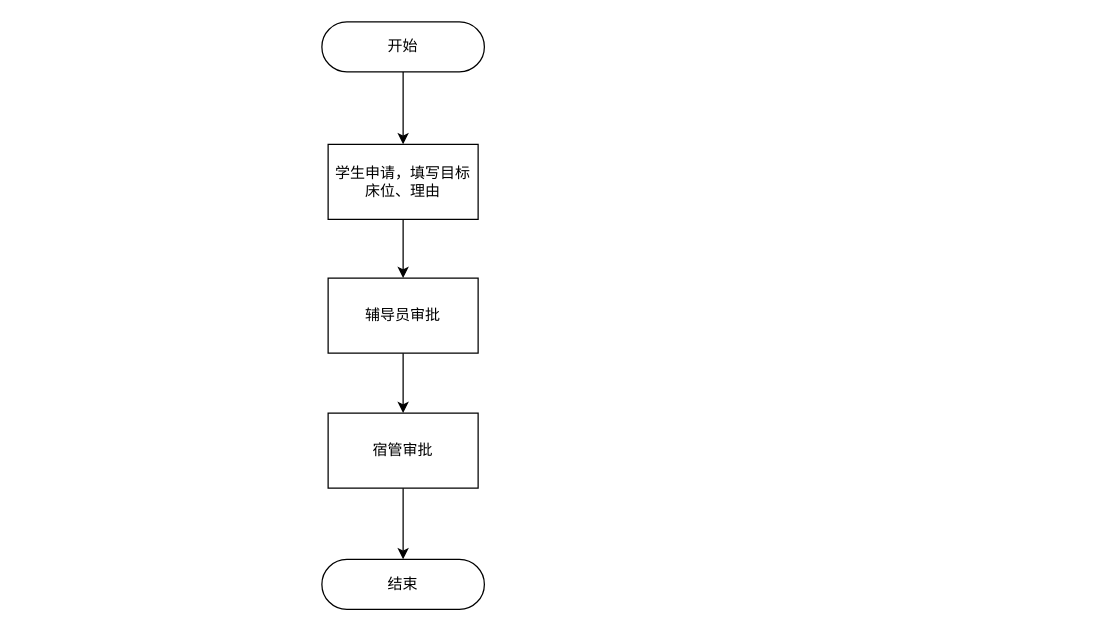
The draw.io diagram 调退宿舍流程图.drawio in Qiksy/drawio, before the edit. Source tidied: cells renumbered, new cells numbered last; positions are measured from the earlier drawing's top-left corner, leaving out a move shared by most shapes. Both pictures are drawn from the tidied source at 125%, with x=0, y=0 at pixel (321, 21).
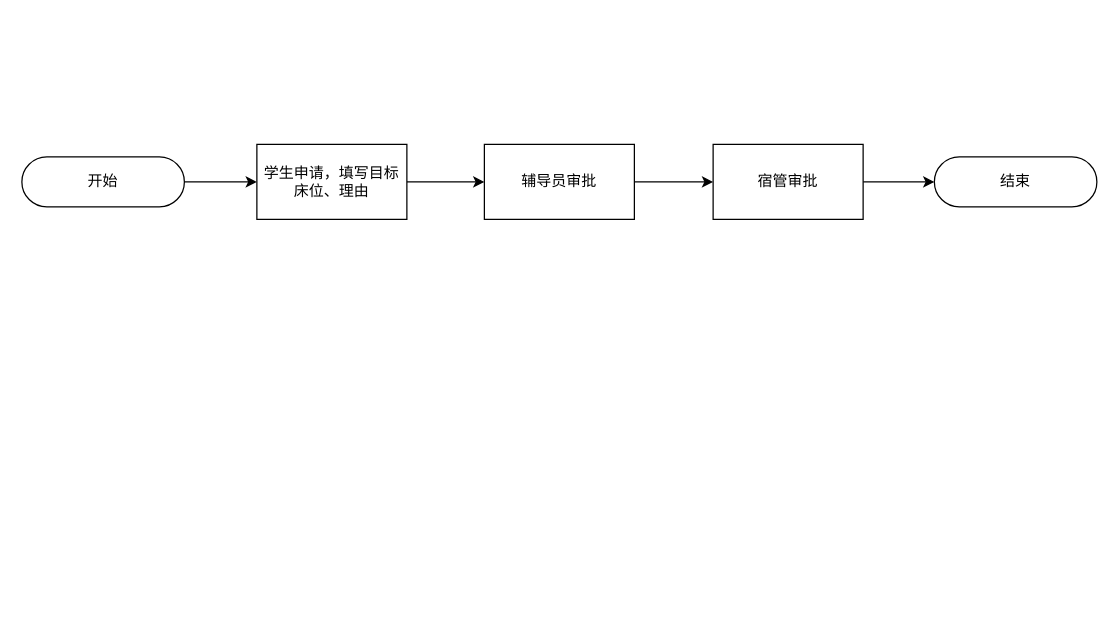
The same diagram, later.

Commit message:
更新调退宿舍流程图.drawio

The edit, as a diff of the source:
```diff
@@
 <mxGraphModel>
   <root>
     <mxCell id="0" />
     <mxCell id="1" parent="0" />
     <mxCell id="2" style="edgeStyle=orthogonalEdgeStyle;rounded=0;jettySize=auto;html=1;" parent="1" edge="1" source="3" target="5">
       <mxGeometry relative="1" as="geometry" />
     </mxCell>
     <mxCell id="3" value="开始" style="rounded=1;whiteSpace=wrap;html=1;arcSize=50;" parent="1" vertex="1">
-      <mxGeometry width="130" height="40" as="geometry" />
+      <mxGeometry x="-240" y="108" width="130" height="40" as="geometry" />
     </mxCell>
     <mxCell id="4" style="edgeStyle=orthogonalEdgeStyle;rounded=0;jettySize=auto;html=1;" parent="1" edge="1" source="5" target="7">
       <mxGeometry relative="1" as="geometry" />
     </mxCell>
     <mxCell id="5" value="学生申请，填写目标床位、理由" style="rounded=0;whiteSpace=wrap;html=1;" parent="1" vertex="1">
-      <mxGeometry x="5" y="98" width="120" height="60" as="geometry" />
+      <mxGeometry x="-52" y="98" width="120" height="60" as="geometry" />
     </mxCell>
-    <mxCell id="6" style="edgeStyle=orthogonalEdgeStyle;rounded=0;jettySize=auto;html=1;entryX=0.5;entryY=0;entryDx=0;entryDy=0;" parent="1" edge="1" source="7" target="9">
+    <mxCell id="6" style="edgeStyle=orthogonalEdgeStyle;rounded=0;jettySize=auto;html=1;" parent="1" edge="1" source="7" target="9">
       <mxGeometry relative="1" as="geometry" />
     </mxCell>
     <mxCell id="7" value="辅导员审批" style="rounded=0;whiteSpace=wrap;html=1;" parent="1" vertex="1">
-      <mxGeometry x="5" y="205" width="120" height="60" as="geometry" />
+      <mxGeometry x="130" y="98" width="120" height="60" as="geometry" />
     </mxCell>
-    <mxCell id="8" style="edgeStyle=orthogonalEdgeStyle;rounded=0;jettySize=auto;html=1;entryX=0.5;entryY=0;entryDx=0;entryDy=0;" parent="1" edge="1" source="9" target="10">
+    <mxCell id="8" style="edgeStyle=orthogonalEdgeStyle;rounded=0;jettySize=auto;html=1;" parent="1" edge="1" source="9" target="10">
       <mxGeometry relative="1" as="geometry" />
     </mxCell>
     <mxCell id="9" value="宿管审批" style="rounded=0;whiteSpace=wrap;html=1;" parent="1" vertex="1">
-      <mxGeometry x="5" y="313" width="120" height="60" as="geometry" />
+      <mxGeometry x="313" y="98" width="120" height="60" as="geometry" />
     </mxCell>
     <mxCell id="10" value="结束" style="rounded=1;whiteSpace=wrap;html=1;arcSize=50;" parent="1" vertex="1">
-      <mxGeometry y="430" width="130" height="40" as="geometry" />
+      <mxGeometry x="490" y="108" width="130" height="40" as="geometry" />
     </mxCell>
   </root>
 </mxGraphModel>
```
